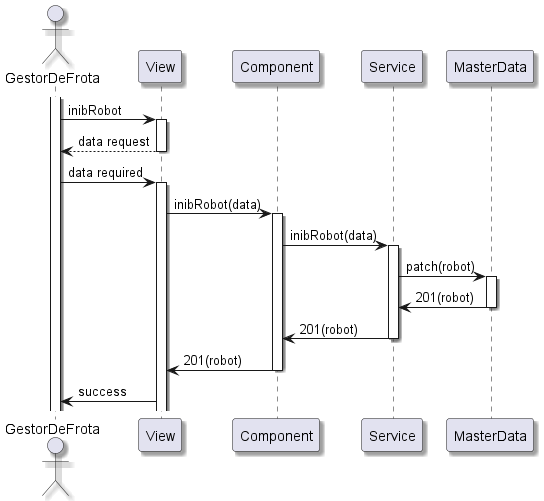
The PlantUML diagram docs/SprintB/1210913/us1020/us1020-NVL3.png in pedrocmesquita/RobDroneGo, before a commit.
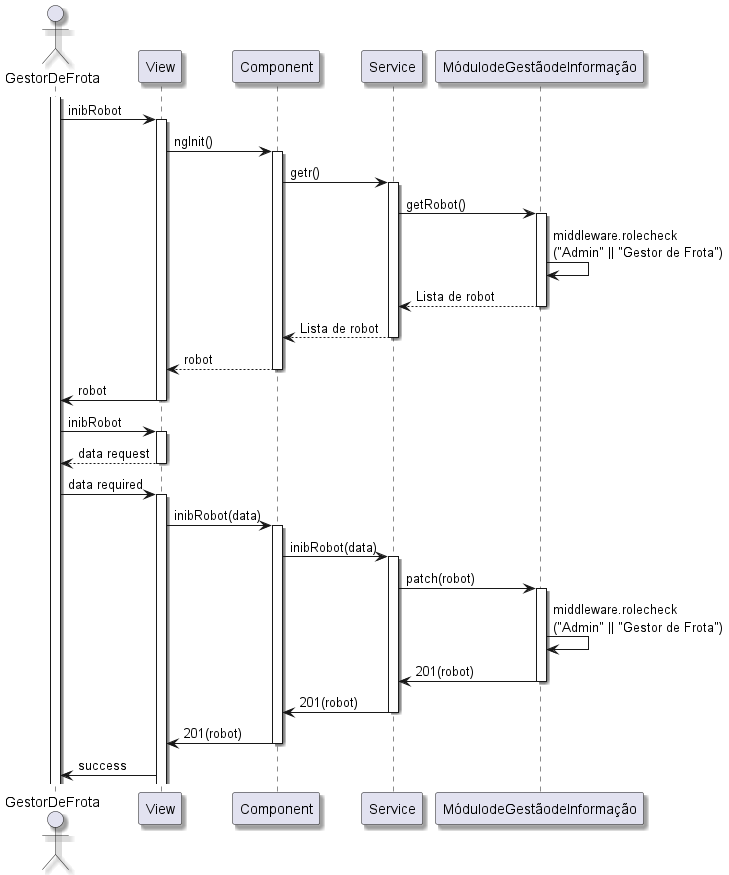
After the commit.

The edit, as a diff of the source:
```diff
@@ -10,6 +10,24 @@
 activate GestorDeFrota
 GestorDeFrota -> View: inibRobot
 activate View
+View -> Component: ngInit()
+activate Component
+Component -> Service: getr()
+activate Service
+Service -> MódulodeGestãodeInformação : getRobot()
+activate MódulodeGestãodeInformação
+MódulodeGestãodeInformação -> MódulodeGestãodeInformação: middleware.rolecheck\n("Admin" || "Gestor de Frota")
+MódulodeGestãodeInformação --> Service : Lista de robot
+deactivate MódulodeGestãodeInformação
+Service --> Component : Lista de robot
+deactivate Service
+Component --> View : robot
+deactivate Component
+View -> GestorDeFrota: robot
+deactivate View
+
+GestorDeFrota -> View: inibRobot
+activate View
 View --> GestorDeFrota: data request
 deactivate View
 GestorDeFrota -> View: data required
@@ -18,10 +36,11 @@
 activate Component
 Component -> Service: inibRobot(data)
 activate Service
-Service -> MasterData: patch(robot)
-activate MasterData
-MasterData -> Service: 201(robot)
-deactivate MasterData
+Service -> MódulodeGestãodeInformação: patch(robot)
+activate MódulodeGestãodeInformação
+MódulodeGestãodeInformação -> MódulodeGestãodeInformação: middleware.rolecheck\n("Admin" || "Gestor de Frota")
+MódulodeGestãodeInformação -> Service: 201(robot)
+deactivate MódulodeGestãodeInformação
 Service -> Component: 201(robot)
 deactivate Service
 Component -> View: 201(robot)
```
